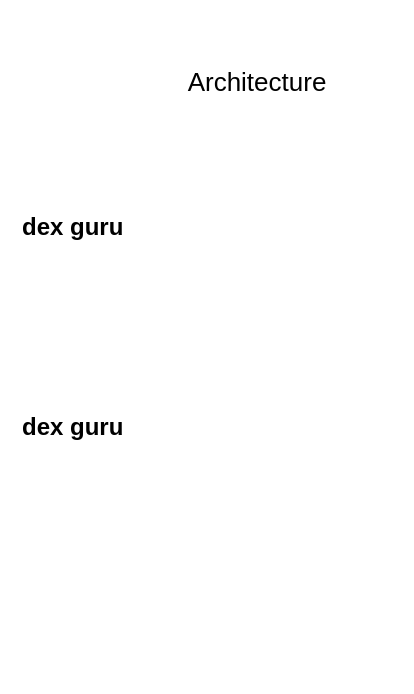
Above: diagrams/architecture.drawio in foodnft/chicken_NFT (draw.io), before the change. Source tidied: cells renumbered, new cells numbered last; positions are measured from the earlier drawing's top-left corner, leaving out a move shared by most shapes. Both pictures are drawn from the tidied source at 100%, with x=0, y=0 at pixel (17, 37).
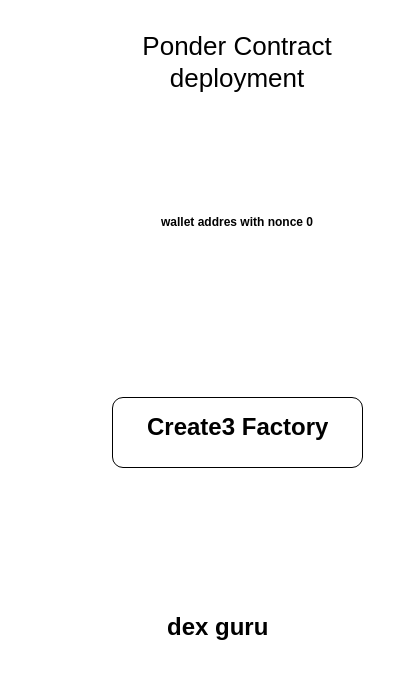
After the change.

Change to the diagram source:
```diff
@@
 <mxGraphModel>
   <root>
     <mxCell id="0" />
     <mxCell id="1" parent="0" />
-    <mxCell id="2" value="&lt;font style=&quot;font-size: 26px;&quot;&gt;Architecture&lt;/font&gt;" style="text;html=1;strokeColor=none;fillColor=none;align=center;verticalAlign=middle;whiteSpace=wrap;rounded=0;" parent="1" vertex="1">
-      <mxGeometry x="140" width="200" height="90" as="geometry" />
+    <mxCell id="2" value="&lt;font style=&quot;font-size: 26px;&quot;&gt;Ponder Contract deployment&lt;/font&gt;" style="text;html=1;strokeColor=none;fillColor=none;align=center;verticalAlign=middle;whiteSpace=wrap;rounded=0;" parent="1" vertex="1">
+      <mxGeometry x="60" y="-20" width="320" height="90" as="geometry" />
     </mxCell>
-    <mxCell id="3" value="&lt;h1&gt;dex guru&lt;/h1&gt;&lt;p&gt;&lt;br&gt;&lt;/p&gt;" style="text;html=1;strokeColor=none;fillColor=none;spacing=5;spacingTop=-20;whiteSpace=wrap;overflow=hidden;rounded=0;" parent="1" vertex="1">
-      <mxGeometry y="170" width="180" height="80" as="geometry" />
+    <mxCell id="3" value="&lt;h1&gt;Create3 Factory&lt;/h1&gt;" style="text;html=1;strokeColor=none;fillColor=none;spacing=5;spacingTop=-20;whiteSpace=wrap;overflow=hidden;rounded=0;" parent="1" vertex="1">
+      <mxGeometry x="125" y="370" width="220" height="60" as="geometry" />
     </mxCell>
     <mxCell id="4" value="&lt;h1&gt;dex guru&lt;/h1&gt;&lt;p&gt;&lt;br&gt;&lt;/p&gt;" style="text;html=1;strokeColor=none;fillColor=none;spacing=5;spacingTop=-20;whiteSpace=wrap;overflow=hidden;rounded=0;" parent="1" vertex="1">
-      <mxGeometry y="370" width="190" height="120" as="geometry" />
+      <mxGeometry x="145" y="570" width="185" height="70" as="geometry" />
     </mxCell>
+    <mxCell id="5" value="&lt;b&gt;wallet addres with nonce 0&lt;/b&gt;" style="text;html=1;strokeColor=none;fillColor=none;align=center;verticalAlign=middle;whiteSpace=wrap;rounded=0;" parent="1" vertex="1">
+      <mxGeometry x="110" y="170" width="220" height="30" as="geometry" />
+    </mxCell>
+    <mxCell id="6" style="rounded=1;whiteSpace=wrap;html=1;fillColor=none;" parent="1" vertex="1">
+      <mxGeometry x="95" y="360" width="250" height="70" as="geometry" />
+    </mxCell>
   </root>
 </mxGraphModel>
```
